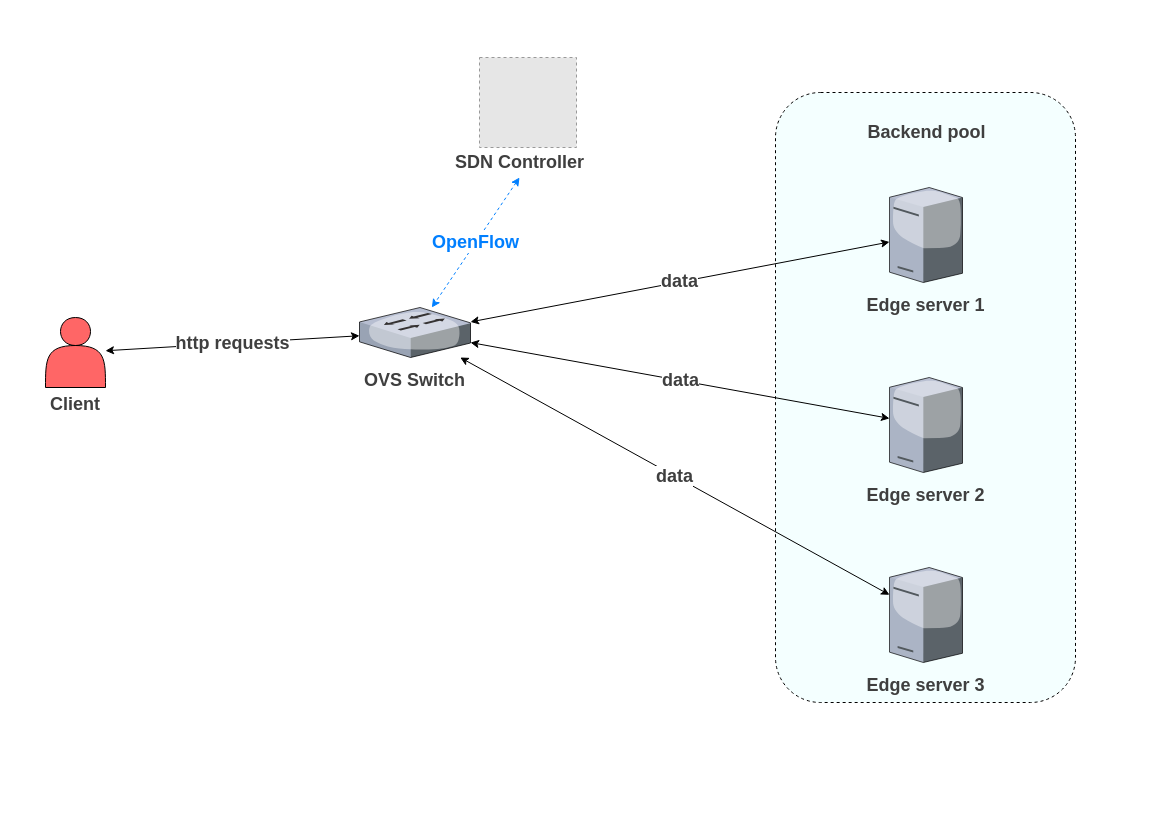
Earlier version of the draw.io diagram tese/images/src/sdn_load_balancing.drawio (poioe20p/efficient-storage-in-edge-scenarios). Source tidied: cells renumbered, new cells numbered last; positions are measured from the earlier drawing's top-left corner, leaving out a move shared by most shapes. Both pictures are drawn from the tidied source at 100%, with x=0, y=0 at pixel (45, 57). Pictures stored in the file or linked from it are replaced by grey dashed boxes.
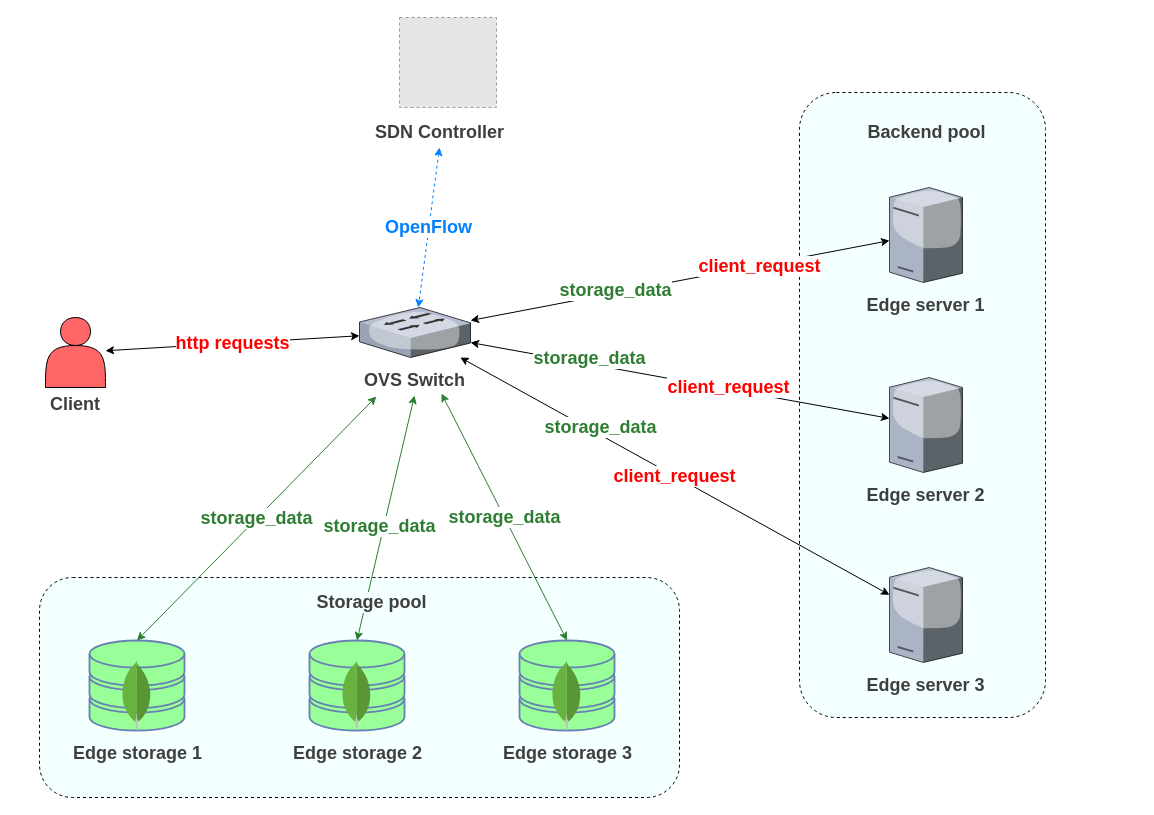
After the change.

The change refers to these unchanged cells:
```xml
<mxCell id="2" value="Client" style="shape=actor;whiteSpace=wrap;html=1;fillColor=#FF6666;verticalLabelPosition=bottom;verticalAlign=top;fontFamily=Helvetica;fontSize=18;fontStyle=1;fontColor=#3F3F3F;" parent="1" vertex="1">
  <mxGeometry y="260" width="60" height="70" as="geometry" />
</mxCell>
<mxCell id="5" style="shape=mxgraph.citrix.switch;sketch=0;html=1;align=center;outlineConnect=0;strokeColor=none;verticalLabelPosition=bottom;verticalAlign=top;fontFamily=Helvetica;fontSize=18;fontStyle=1;fontColor=#3F3F3F;" parent="1" vertex="1">
  <mxGeometry x="314" y="250" width="111" height="50" as="geometry" />
</mxCell>
<mxCell id="6" value="OVS Switch" style="text;html=1;align=center;verticalAlign=middle;fontFamily=Helvetica;fontSize=18;fontStyle=1;fontColor=#3F3F3F;" parent="1" vertex="1">
  <mxGeometry x="219" y="308" width="300" height="30" as="geometry" />
</mxCell>
<mxCell id="9" style="shape=mxgraph.citrix.license_server;sketch=0;html=1;align=center;outlineConnect=0;strokeColor=none;verticalLabelPosition=bottom;verticalAlign=top;fontFamily=Helvetica;fontSize=18;fontStyle=1;fontColor=#3F3F3F;" parent="1" vertex="1">
  <mxGeometry x="844" y="130" width="73" height="95" as="geometry" />
</mxCell>
<mxCell id="11" style="shape=mxgraph.citrix.license_server;sketch=0;html=1;align=center;outlineConnect=0;strokeColor=none;verticalLabelPosition=bottom;verticalAlign=top;fontFamily=Helvetica;fontSize=18;fontStyle=1;fontColor=#3F3F3F;" parent="1" vertex="1">
  <mxGeometry x="844" y="320" width="73" height="95" as="geometry" />
</mxCell>
<mxCell id="13" style="shape=mxgraph.citrix.license_server;sketch=0;html=1;align=center;outlineConnect=0;strokeColor=none;verticalLabelPosition=bottom;verticalAlign=top;fontFamily=Helvetica;fontSize=18;fontStyle=1;fontColor=#3F3F3F;" parent="1" vertex="1">
  <mxGeometry x="844" y="510" width="73" height="95" as="geometry" />
</mxCell>
```

What changed in the source:
```diff
@@
     <mxCell id="3" style="fillColor=#E6E6E6;strokeColor=#999999;dashed=1;html=1;" parent="1" vertex="1">
-      <mxGeometry x="434" width="97" height="90" as="geometry" />
+      <mxGeometry x="354" y="-40" width="97" height="90" as="geometry" />
     </mxCell>
     <mxCell id="4" value="SDN Controller" style="text;html=1;align=center;verticalAlign=middle;fontFamily=Helvetica;fontSize=18;fontStyle=1;fontColor=#3F3F3F;" parent="1" vertex="1">
-      <mxGeometry x="324" y="90" width="300" height="30" as="geometry" />
+      <mxGeometry x="244" y="60" width="300" height="30" as="geometry" />
     </mxCell>
@@
     <mxCell id="7" style="rounded=1;whiteSpace=wrap;html=1;dashed=1;fillColor=#F4FFFF;fontFamily=Helvetica;fontSize=18;" parent="1" vertex="1">
-      <mxGeometry x="730" y="35" width="300" height="610" as="geometry" />
+      <mxGeometry x="754" y="35" width="246" height="625" as="geometry" />
     </mxCell>
@@
-    <mxCell id="15" value="http requests" style="edgeStyle=none;html=1;endArrow=classic;startArrow=classic;strokeColor=#000000;fontFamily=Helvetica;fontSize=18;fontStyle=1;fontColor=#3F3F3F;labelBackgroundColor=#FFFFFF;" parent="1" edge="1" source="2" target="5">
+    <mxCell id="15" value="http requests" style="edgeStyle=none;html=1;endArrow=classic;startArrow=classic;strokeColor=#000000;fontFamily=Helvetica;fontSize=18;fontStyle=1;fontColor=#FF0000;labelBackgroundColor=#FFFFFF;" parent="1" edge="1" source="2" target="5">
       <mxGeometry relative="1" as="geometry" />
     </mxCell>
-    <mxCell id="16" value="data" style="edgeStyle=none;html=1;endArrow=classic;startArrow=classic;strokeColor=#000000;fontFamily=Helvetica;fontSize=18;fontStyle=1;fontColor=#3F3F3F;labelBackgroundColor=#FFFFFF;" parent="1" edge="1" source="5" target="9">
-      <mxGeometry relative="1" as="geometry" />
+    <mxCell id="16" value="client_request" style="edgeStyle=none;html=1;endArrow=classic;startArrow=classic;strokeColor=#000000;fontFamily=Helvetica;fontSize=18;fontStyle=1;fontColor=#FF0000;labelBackgroundColor=#FFFFFF;" parent="1" edge="1">
+      <mxGeometry x="0.38" y="-1" relative="1" as="geometry">
+        <mxPoint x="425" y="263" as="sourcePoint" />
+        <mxPoint x="844" y="183.1" as="targetPoint" />
+      </mxGeometry>
     </mxCell>
+    <mxCell id="20" value="storage_data" style="edgeLabel;html=1;align=center;verticalAlign=middle;fontColor=#2E7D32;fontFamily=Helvetica;fontSize=18;fontStyle=1;labelBackgroundColor=#FFFFFF;" parent="16" vertex="1">
+      <mxGeometry x="0.5" y="0.5" relative="1" as="geometry">
+        <mxPoint x="-170" y="30" as="offset" />
+      </mxGeometry>
+    </mxCell>
-    <mxCell id="17" value="data" style="edgeStyle=none;html=1;endArrow=classic;startArrow=classic;strokeColor=#000000;fontFamily=Helvetica;fontSize=18;fontStyle=1;fontColor=#3F3F3F;labelBackgroundColor=#FFFFFF;" parent="1" edge="1" source="5" target="11">
-      <mxGeometry relative="1" as="geometry" />
+    <mxCell id="17" value="client_request" style="edgeStyle=none;html=1;endArrow=classic;startArrow=classic;strokeColor=#000000;fontFamily=Helvetica;fontSize=18;fontStyle=1;fontColor=#FF0000;labelBackgroundColor=#FFFFFF;" parent="1" edge="1" source="5" target="11">
+      <mxGeometry x="0.23" y="2" relative="1" as="geometry" />
     </mxCell>
+    <mxCell id="21" value="storage_data" style="edgeLabel;html=1;align=center;verticalAlign=middle;fontColor=#2E7D32;fontFamily=Helvetica;fontSize=18;fontStyle=1;labelBackgroundColor=#FFFFFF;" parent="17" vertex="1">
+      <mxGeometry x="0.5" y="0.5" relative="1" as="geometry">
+        <mxPoint x="-195" y="-41" as="offset" />
+      </mxGeometry>
+    </mxCell>
-    <mxCell id="18" value="data" style="edgeStyle=none;html=1;endArrow=classic;startArrow=classic;strokeColor=#000000;fontFamily=Helvetica;fontSize=18;fontStyle=1;fontColor=#3F3F3F;labelBackgroundColor=#FFFFFF;" parent="1" edge="1" source="5" target="13">
+    <mxCell id="18" value="client_request" style="edgeStyle=none;html=1;endArrow=classic;startArrow=classic;strokeColor=#000000;fontFamily=Helvetica;fontSize=18;fontStyle=1;fontColor=#FF0000;labelBackgroundColor=#FFFFFF;" parent="1" edge="1" source="5" target="13">
       <mxGeometry relative="1" as="geometry" />
     </mxCell>
+    <mxCell id="22" value="storage_data" style="edgeLabel;html=1;align=center;verticalAlign=middle;fontColor=#2E7D32;fontFamily=Helvetica;fontSize=18;fontStyle=1;labelBackgroundColor=#FFFFFF;" parent="18" vertex="1">
+      <mxGeometry x="0.5" y="0.5" relative="1" as="geometry">
+        <mxPoint x="-183" y="-108" as="offset" />
+      </mxGeometry>
+    </mxCell>
@@
+    <mxCell id="23" style="rounded=1;whiteSpace=wrap;html=1;dashed=1;fillColor=#F4FFFF;fontFamily=Helvetica;fontSize=18;" parent="1" vertex="1">
+      <mxGeometry x="-6" y="520" width="640" height="220" as="geometry" />
+    </mxCell>
+    <mxCell id="24" style="shape=mxgraph.networks.storage;sketch=0;html=1;align=center;outlineConnect=0;strokeColor=#6881B3;verticalLabelPosition=bottom;verticalAlign=top;fontFamily=Helvetica;fontSize=18;fontStyle=1;fontColor=#3F3F3F;fillColor=#99FF99;" parent="1" vertex="1">
+      <mxGeometry x="44" y="583" width="95" height="90" as="geometry" />
+    </mxCell>
+    <mxCell id="25" style="shape=mxgraph.weblogos.mongodb;sketch=0;html=1;align=center;strokeColor=none;verticalLabelPosition=bottom;verticalAlign=top;fontFamily=Helvetica;fontSize=18;fontStyle=1;fontColor=#3F3F3F;" parent="1" vertex="1">
+      <mxGeometry x="76" y="603" width="30" height="70" as="geometry" />
+    </mxCell>
+    <mxCell id="26" value="Edge storage 1" style="text;html=1;align=center;verticalAlign=middle;fontFamily=Helvetica;fontSize=18;fontStyle=1;fontColor=#3F3F3F;" parent="1" vertex="1">
+      <mxGeometry x="-28" y="681" width="240" height="30" as="geometry" />
+    </mxCell>
+    <mxCell id="27" style="shape=mxgraph.networks.storage;sketch=0;html=1;align=center;outlineConnect=0;strokeColor=#6881B3;verticalLabelPosition=bottom;verticalAlign=top;fontFamily=Helvetica;fontSize=18;fontStyle=1;fontColor=#3F3F3F;fillColor=#99FF99;" parent="1" vertex="1">
+      <mxGeometry x="264" y="583" width="95" height="90" as="geometry" />
+    </mxCell>
+    <mxCell id="28" style="shape=mxgraph.weblogos.mongodb;sketch=0;html=1;align=center;strokeColor=none;verticalLabelPosition=bottom;verticalAlign=top;fontFamily=Helvetica;fontSize=18;fontStyle=1;fontColor=#3F3F3F;" parent="1" vertex="1">
+      <mxGeometry x="296" y="603" width="30" height="70" as="geometry" />
+    </mxCell>
+    <mxCell id="29" value="Edge storage 2" style="text;html=1;align=center;verticalAlign=middle;fontFamily=Helvetica;fontSize=18;fontStyle=1;fontColor=#3F3F3F;" parent="1" vertex="1">
+      <mxGeometry x="192" y="681" width="240" height="30" as="geometry" />
+    </mxCell>
+    <mxCell id="30" style="shape=mxgraph.networks.storage;sketch=0;html=1;align=center;outlineConnect=0;strokeColor=#6881B3;verticalLabelPosition=bottom;verticalAlign=top;fontFamily=Helvetica;fontSize=18;fontStyle=1;fontColor=#3F3F3F;fillColor=#99FF99;" parent="1" vertex="1">
+      <mxGeometry x="474" y="583" width="95" height="90" as="geometry" />
+    </mxCell>
+    <mxCell id="31" style="shape=mxgraph.weblogos.mongodb;sketch=0;html=1;align=center;strokeColor=none;verticalLabelPosition=bottom;verticalAlign=top;fontFamily=Helvetica;fontSize=18;fontStyle=1;fontColor=#3F3F3F;" parent="1" vertex="1">
+      <mxGeometry x="506" y="603" width="30" height="70" as="geometry" />
+    </mxCell>
+    <mxCell id="32" value="Edge storage 3" style="text;html=1;align=center;verticalAlign=middle;fontFamily=Helvetica;fontSize=18;fontStyle=1;fontColor=#3F3F3F;" parent="1" vertex="1">
+      <mxGeometry x="402" y="681" width="240" height="30" as="geometry" />
+    </mxCell>
+    <mxCell id="33" value="storage_data" style="edgeStyle=none;html=1;endArrow=classic;startArrow=classic;strokeColor=#2E7D32;fontFamily=Helvetica;fontSize=18;fontStyle=1;fontColor=#2E7D32;labelBackgroundColor=#FFFFFF;exitX=0.373;exitY=1.033;exitDx=0;exitDy=0;entryX=0.5;entryY=0;entryDx=0;entryDy=0;exitPerimeter=0;" parent="1" edge="1" source="6" target="24">
+      <mxGeometry relative="1" as="geometry" />
+    </mxCell>
+    <mxCell id="34" value="storage_data" style="edgeStyle=none;html=1;endArrow=classic;startArrow=classic;strokeColor=#2E7D32;fontFamily=Helvetica;fontSize=18;fontStyle=1;fontColor=#2E7D32;labelBackgroundColor=#FFFFFF;exitX=0.5;exitY=1;exitDx=0;exitDy=0;entryX=0.5;entryY=0;entryDx=0;entryDy=0;" parent="1" edge="1" source="6" target="27">
+      <mxGeometry x="0.08" y="-4" relative="1" as="geometry" />
+    </mxCell>
+    <mxCell id="35" value="storage_data" style="edgeStyle=none;html=1;endArrow=classic;startArrow=classic;strokeColor=#2E7D32;fontFamily=Helvetica;fontSize=18;fontStyle=1;fontColor=#2E7D32;labelBackgroundColor=#FFFFFF;exitX=0.59;exitY=0.933;exitDx=0;exitDy=0;entryX=0.5;entryY=0;entryDx=0;entryDy=0;exitPerimeter=0;" parent="1" edge="1" source="6" target="30">
+      <mxGeometry relative="1" as="geometry" />
+    </mxCell>
+    <mxCell id="36" value="Storage pool" style="text;html=1;align=center;verticalAlign=middle;fontFamily=Helvetica;fontSize=18;fontStyle=1;fontColor=#3F3F3F;labelBackgroundColor=#F4FFFF;" parent="1" vertex="1">
+      <mxGeometry x="116" y="530" width="420" height="30" as="geometry" />
+    </mxCell>
```
